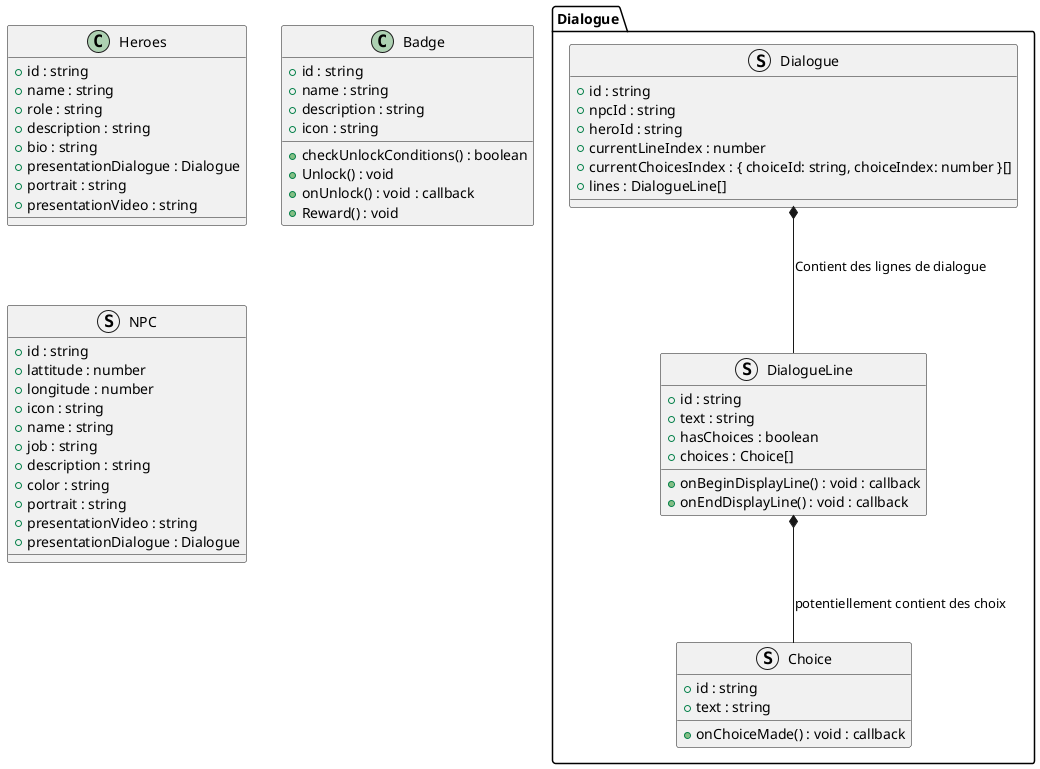
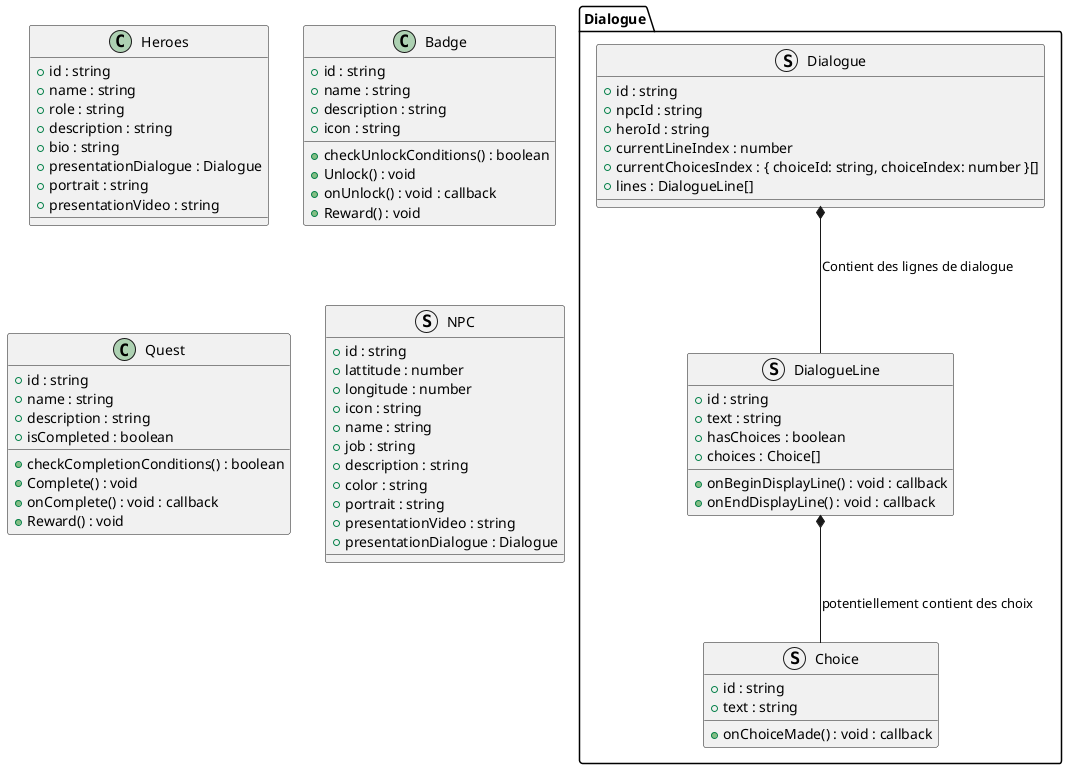
@startuml

class Heroes
{
    + id : string
    + name : string
    + role : string
    + description : string
    + bio : string
    + presentationDialogue : Dialogue
    + portrait : string
    + presentationVideo : string
}

class Badge
{
    + id : string
    + name : string
    + description : string
    + icon : string
    + checkUnlockConditions() : boolean
    + Unlock() : void
    + onUnlock() : void : callback
+     + Reward() : void
+ }
+ 
+ class Quest {
+ 
+     + id : string
+     + name : string
+     + description : string
+     + isCompleted : boolean
+     + checkCompletionConditions() : boolean
+     + Complete() : void
+     + onComplete() : void : callback
    + Reward() : void
}

struct NPC
{
    + id : string
    + lattitude : number
    + longitude : number
    + icon : string
    + name : string
    + job : string
    + description : string
    + color : string
    + portrait : string
    + presentationVideo : string
    + presentationDialogue : Dialogue
}

package "Dialogue" {

    struct Dialogue
    {
        + id : string
        + npcId : string
        + heroId : string
        + currentLineIndex : number
        + currentChoicesIndex : { choiceId: string, choiceIndex: number }[]
        + lines : DialogueLine[]
    }

    struct DialogueLine
    {
        + id : string
        + text : string
        + hasChoices : boolean
        + choices : Choice[]
        + onBeginDisplayLine() : void : callback
        + onEndDisplayLine() : void : callback
    }

    struct Choice
    {
        + id : string
        + text : string
        + onChoiceMade() : void : callback
    }



    Dialogue *-- DialogueLine : "Contient des lignes de dialogue"
    DialogueLine *-- Choice : "potentiellement contient des choix"



}

@enduml